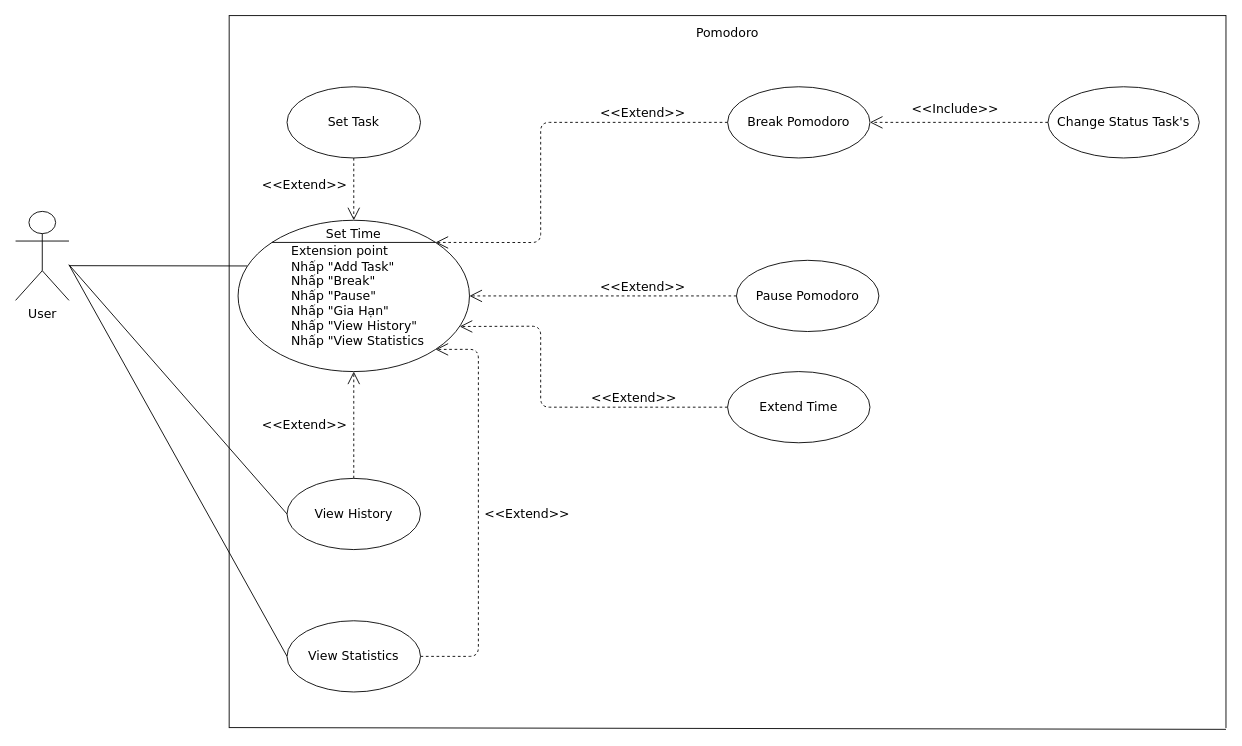
Before: ToDoApp-Doc/Document/Diagram/UseCase/Pomodoro/Pomodoro_UseCase.drawio in Merevoli-DatLuu/To-Do-App, a draw.io diagram. Source tidied: cells renumbered, new cells numbered last; positions are measured from the earlier drawing's top-left corner, leaving out a move shared by most shapes. Both pictures are drawn from the tidied source at 89%, with x=0, y=0 at pixel (15, 15).
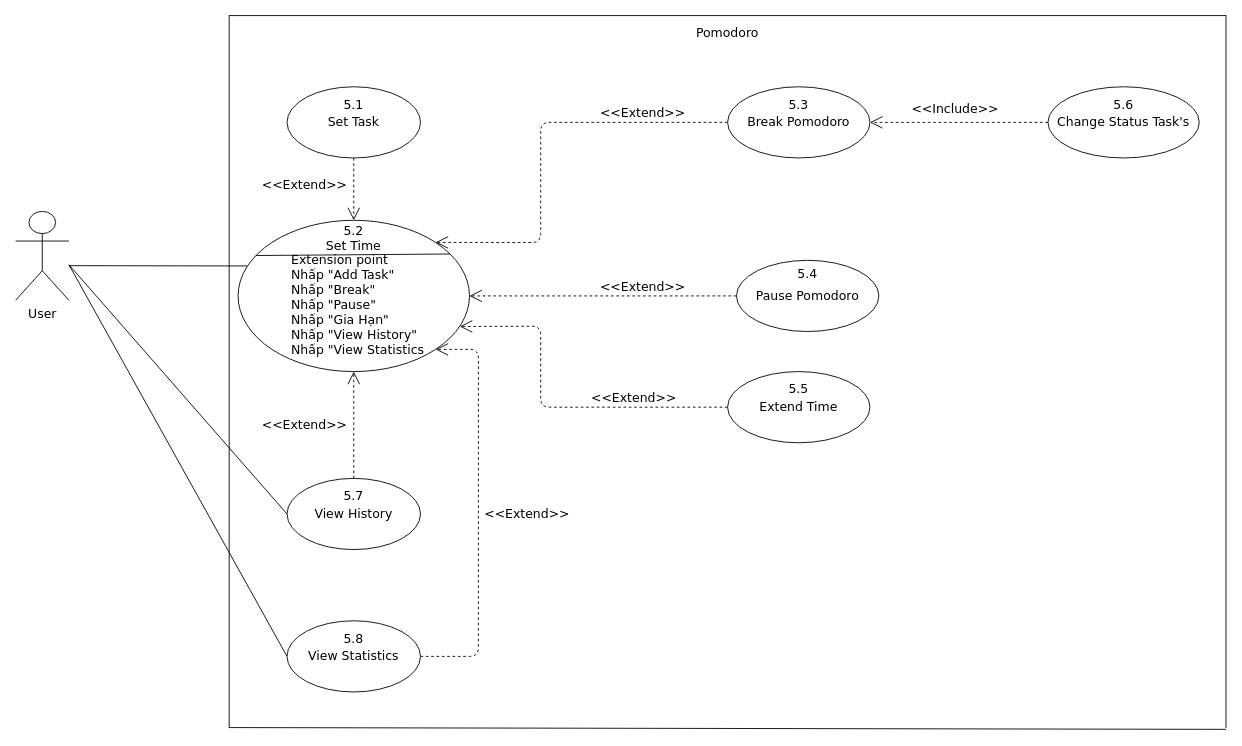
The same diagram, later.

The change refers to these unchanged cells:
```xml
<mxCell id="6" style="ellipse;whiteSpace=wrap;html=1;fontSize=14;fontFamily=Verdana;" parent="1" vertex="1">
  <mxGeometry x="250" y="230" width="260" height="170" as="geometry" />
</mxCell>
```

What changed in the source:
```diff
@@
-    <mxCell id="28" value="Set Time" style="text;html=1;strokeColor=none;fillColor=none;align=center;verticalAlign=middle;whiteSpace=wrap;rounded=0;fontFamily=Verdana;fontSize=14;" parent="1" vertex="1">
-      <mxGeometry x="345" y="235" width="70" height="20" as="geometry" />
+    <mxCell id="28" value="5.2&lt;br&gt;Set Time" style="text;html=1;strokeColor=none;fillColor=none;align=center;verticalAlign=middle;whiteSpace=wrap;rounded=0;fontFamily=Verdana;fontSize=14;" parent="1" vertex="1">
+      <mxGeometry x="345" y="230" width="70" height="40" as="geometry" />
     </mxCell>
     <mxCell id="29" value="Extension point&lt;br&gt;Nhấp &quot;Add Task&quot;&lt;br&gt;Nhấp &quot;Break&quot;&lt;br&gt;Nhấp &quot;Pause&quot;&lt;br&gt;Nhấp &quot;Gia Hạn&quot;&lt;br&gt;Nhấp &quot;View History&quot;&lt;br&gt;Nhấp &quot;View Statistics" style="text;html=1;strokeColor=none;fillColor=none;align=left;verticalAlign=middle;whiteSpace=wrap;rounded=0;fontFamily=Verdana;fontSize=14;" parent="1" vertex="1">
-      <mxGeometry x="307.5" y="270" width="175" height="90" as="geometry" />
+      <mxGeometry x="307.5" y="270" width="175" height="110" as="geometry" />
     </mxCell>
-    <mxCell id="30" style="endArrow=none;html=1;fontFamily=Verdana;fontSize=14;exitX=0;exitY=0;exitDx=0;exitDy=0;entryX=1;entryY=0;entryDx=0;entryDy=0;" parent="1" edge="1" source="6" target="6">
-      <mxGeometry relative="1" as="geometry" />
+    <mxCell id="30" style="endArrow=none;html=1;fontFamily=Verdana;fontSize=14;entryX=0.916;entryY=0.223;entryDx=0;entryDy=0;entryPerimeter=0;" parent="1" edge="1" target="6">
+      <mxGeometry relative="1" as="geometry">
+        <mxPoint x="270" y="269.6" as="sourcePoint" />
+      </mxGeometry>
     </mxCell>
@@
+    <mxCell id="35" value="&lt;font face=&quot;Verdana&quot; style=&quot;font-size: 14px&quot;&gt;5.1&lt;/font&gt;" style="text;html=1;strokeColor=none;fillColor=none;align=center;verticalAlign=middle;whiteSpace=wrap;rounded=0;" parent="1" vertex="1">
+      <mxGeometry x="360" y="90" width="40" height="20" as="geometry" />
+    </mxCell>
+    <mxCell id="36" value="&lt;font face=&quot;Verdana&quot; style=&quot;font-size: 14px&quot;&gt;5.3&lt;/font&gt;" style="text;html=1;strokeColor=none;fillColor=none;align=center;verticalAlign=middle;whiteSpace=wrap;rounded=0;" parent="1" vertex="1">
+      <mxGeometry x="860" y="90" width="40" height="20" as="geometry" />
+    </mxCell>
+    <mxCell id="37" value="&lt;font face=&quot;Verdana&quot; style=&quot;font-size: 14px&quot;&gt;5.4&lt;/font&gt;" style="text;html=1;strokeColor=none;fillColor=none;align=center;verticalAlign=middle;whiteSpace=wrap;rounded=0;" parent="1" vertex="1">
+      <mxGeometry x="870" y="280" width="40" height="20" as="geometry" />
+    </mxCell>
+    <mxCell id="38" value="&lt;font face=&quot;Verdana&quot; style=&quot;font-size: 14px&quot;&gt;5.5&lt;/font&gt;" style="text;html=1;strokeColor=none;fillColor=none;align=center;verticalAlign=middle;whiteSpace=wrap;rounded=0;" parent="1" vertex="1">
+      <mxGeometry x="860" y="410" width="40" height="20" as="geometry" />
+    </mxCell>
+    <mxCell id="39" value="&lt;font face=&quot;Verdana&quot; style=&quot;font-size: 14px&quot;&gt;5.6&lt;/font&gt;" style="text;html=1;strokeColor=none;fillColor=none;align=center;verticalAlign=middle;whiteSpace=wrap;rounded=0;" parent="1" vertex="1">
+      <mxGeometry x="1225" y="90" width="40" height="20" as="geometry" />
+    </mxCell>
+    <mxCell id="40" value="&lt;font face=&quot;Verdana&quot; style=&quot;font-size: 14px&quot;&gt;5.7&lt;/font&gt;" style="text;html=1;strokeColor=none;fillColor=none;align=center;verticalAlign=middle;whiteSpace=wrap;rounded=0;" parent="1" vertex="1">
+      <mxGeometry x="360" y="530" width="40" height="20" as="geometry" />
+    </mxCell>
+    <mxCell id="41" value="&lt;font face=&quot;Verdana&quot; style=&quot;font-size: 14px&quot;&gt;5.8&lt;/font&gt;" style="text;html=1;strokeColor=none;fillColor=none;align=center;verticalAlign=middle;whiteSpace=wrap;rounded=0;" parent="1" vertex="1">
+      <mxGeometry x="360" y="690" width="40" height="20" as="geometry" />
+    </mxCell>
```
